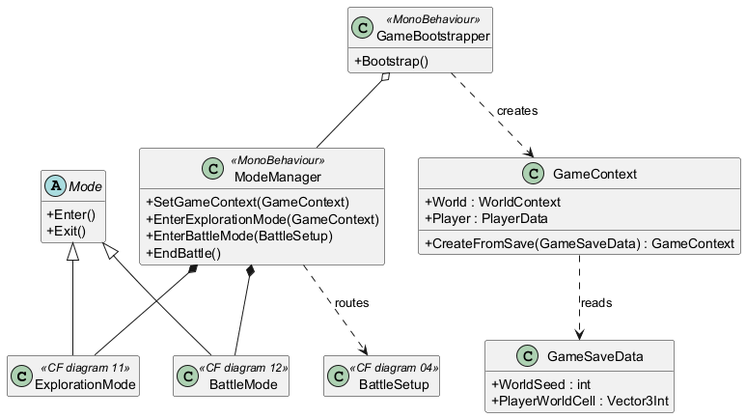
Earlier version of the PlantUML export Architecture/diagrams/Mode Manager.png (EreliaStudio/Erelia).
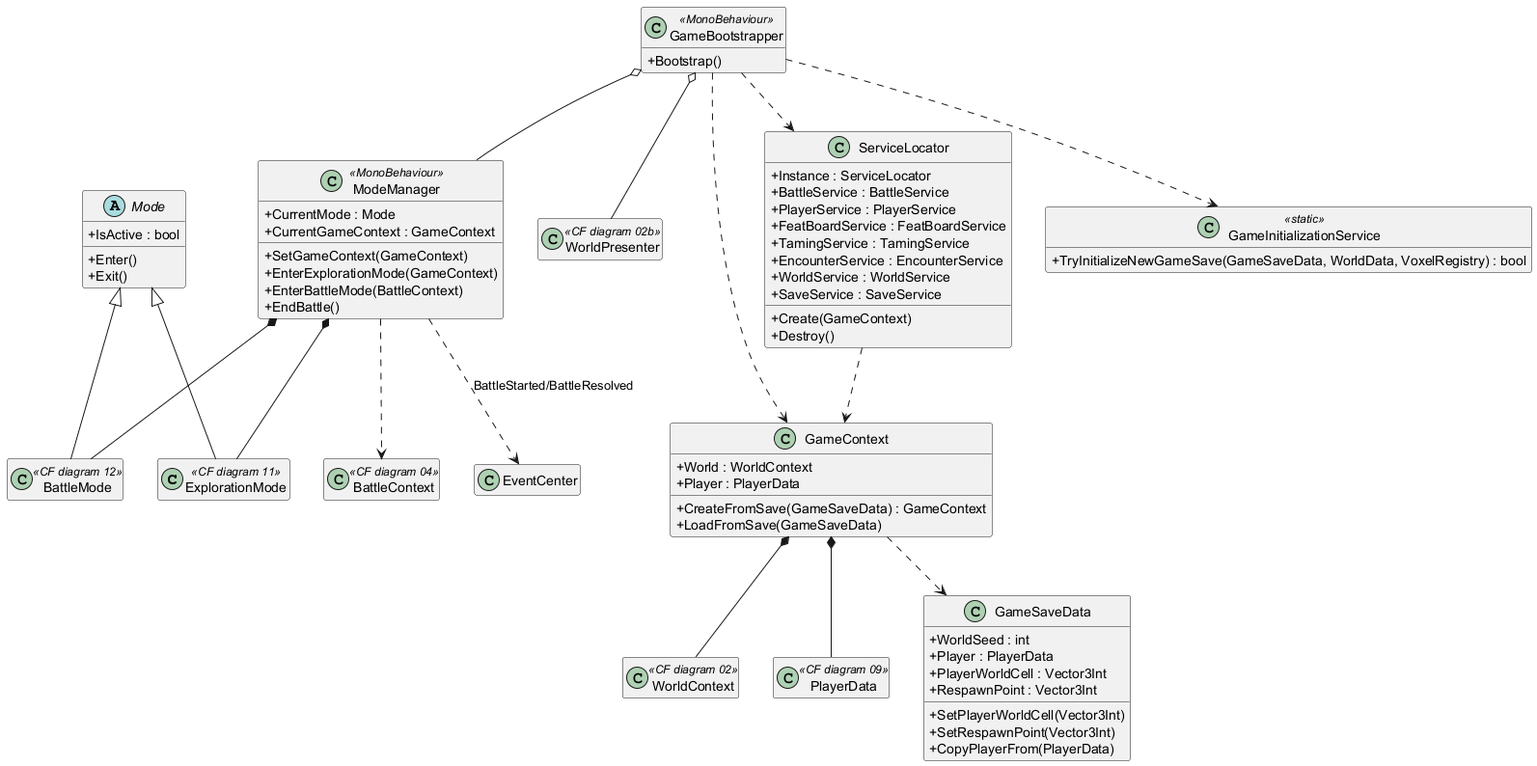
The same file after the commit.

The edit, as a diff of the source:
```diff
@@ -1,21 +1,28 @@
 @startuml Mode Manager
 
 skinparam classAttributeIconSize 0
+skinparam shadowing false
 hide empty members
 
 class ExplorationMode <<CF diagram 11>> {}
 class BattleMode <<CF diagram 12>> {}
-class BattleSetup <<CF diagram 04>> {}
+class BattleContext <<CF diagram 04>> {}
+class WorldContext <<CF diagram 02>> {}
+class PlayerData <<CF diagram 09>> {}
+class WorldPresenter <<CF diagram 02b>> {}
 
 abstract class Mode {
+  +IsActive : bool
   +Enter()
   +Exit()
 }
 
 class ModeManager <<MonoBehaviour>> {
+  +CurrentMode : Mode
+  +CurrentGameContext : GameContext
   +SetGameContext(GameContext)
   +EnterExplorationMode(GameContext)
-  +EnterBattleMode(BattleSetup)
+  +EnterBattleMode(BattleContext)
   +EndBattle()
 }
 
@@ -23,24 +30,54 @@
   +World : WorldContext
   +Player : PlayerData
   +CreateFromSave(GameSaveData) : GameContext
+  +LoadFromSave(GameSaveData)
 }
 
 class GameSaveData {
   +WorldSeed : int
+  +Player : PlayerData
   +PlayerWorldCell : Vector3Int
+  +RespawnPoint : Vector3Int
+  +SetPlayerWorldCell(Vector3Int)
+  +SetRespawnPoint(Vector3Int)
+  +CopyPlayerFrom(PlayerData)
 }
 
 class GameBootstrapper <<MonoBehaviour>> {
   +Bootstrap()
 }
 
+class GameInitializationService <<static>> {
+  +TryInitializeNewGameSave(GameSaveData, WorldData, VoxelRegistry) : bool
+}
+
+class ServiceLocator {
+  +Instance : ServiceLocator
+  +BattleService : BattleService
+  +PlayerService : PlayerService
+  +FeatBoardService : FeatBoardService
+  +TamingService : TamingService
+  +EncounterService : EncounterService
+  +WorldService : WorldService
+  +SaveService : SaveService
+  +Create(GameContext)
+  +Destroy()
+}
+
 Mode <|-- ExplorationMode
 Mode <|-- BattleMode
 ModeManager *-- ExplorationMode
 ModeManager *-- BattleMode
-ModeManager ..> BattleSetup : routes
-GameContext ..> GameSaveData : reads
+ModeManager ..> EventCenter : BattleStarted/BattleResolved
+ModeManager ..> BattleContext
+GameContext *-- WorldContext
+GameContext *-- PlayerData
+GameContext ..> GameSaveData
 GameBootstrapper o-- ModeManager
-GameBootstrapper ..> GameContext : creates
+GameBootstrapper o-- WorldPresenter
+GameBootstrapper ..> GameContext
+GameBootstrapper ..> ServiceLocator
+GameBootstrapper ..> GameInitializationService
+ServiceLocator ..> GameContext
 
 @enduml
```
